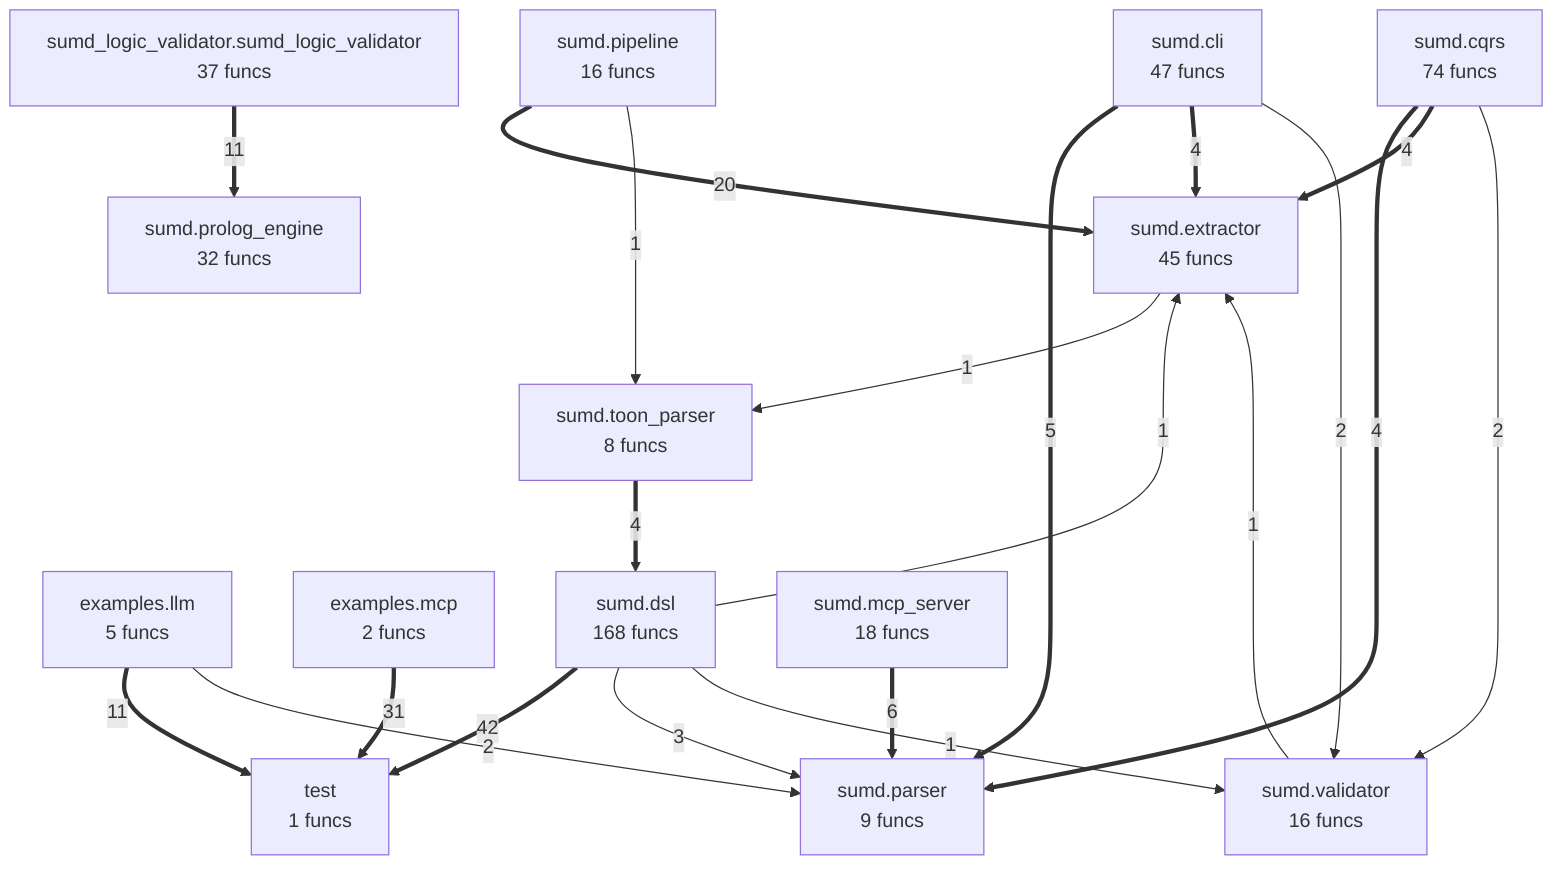
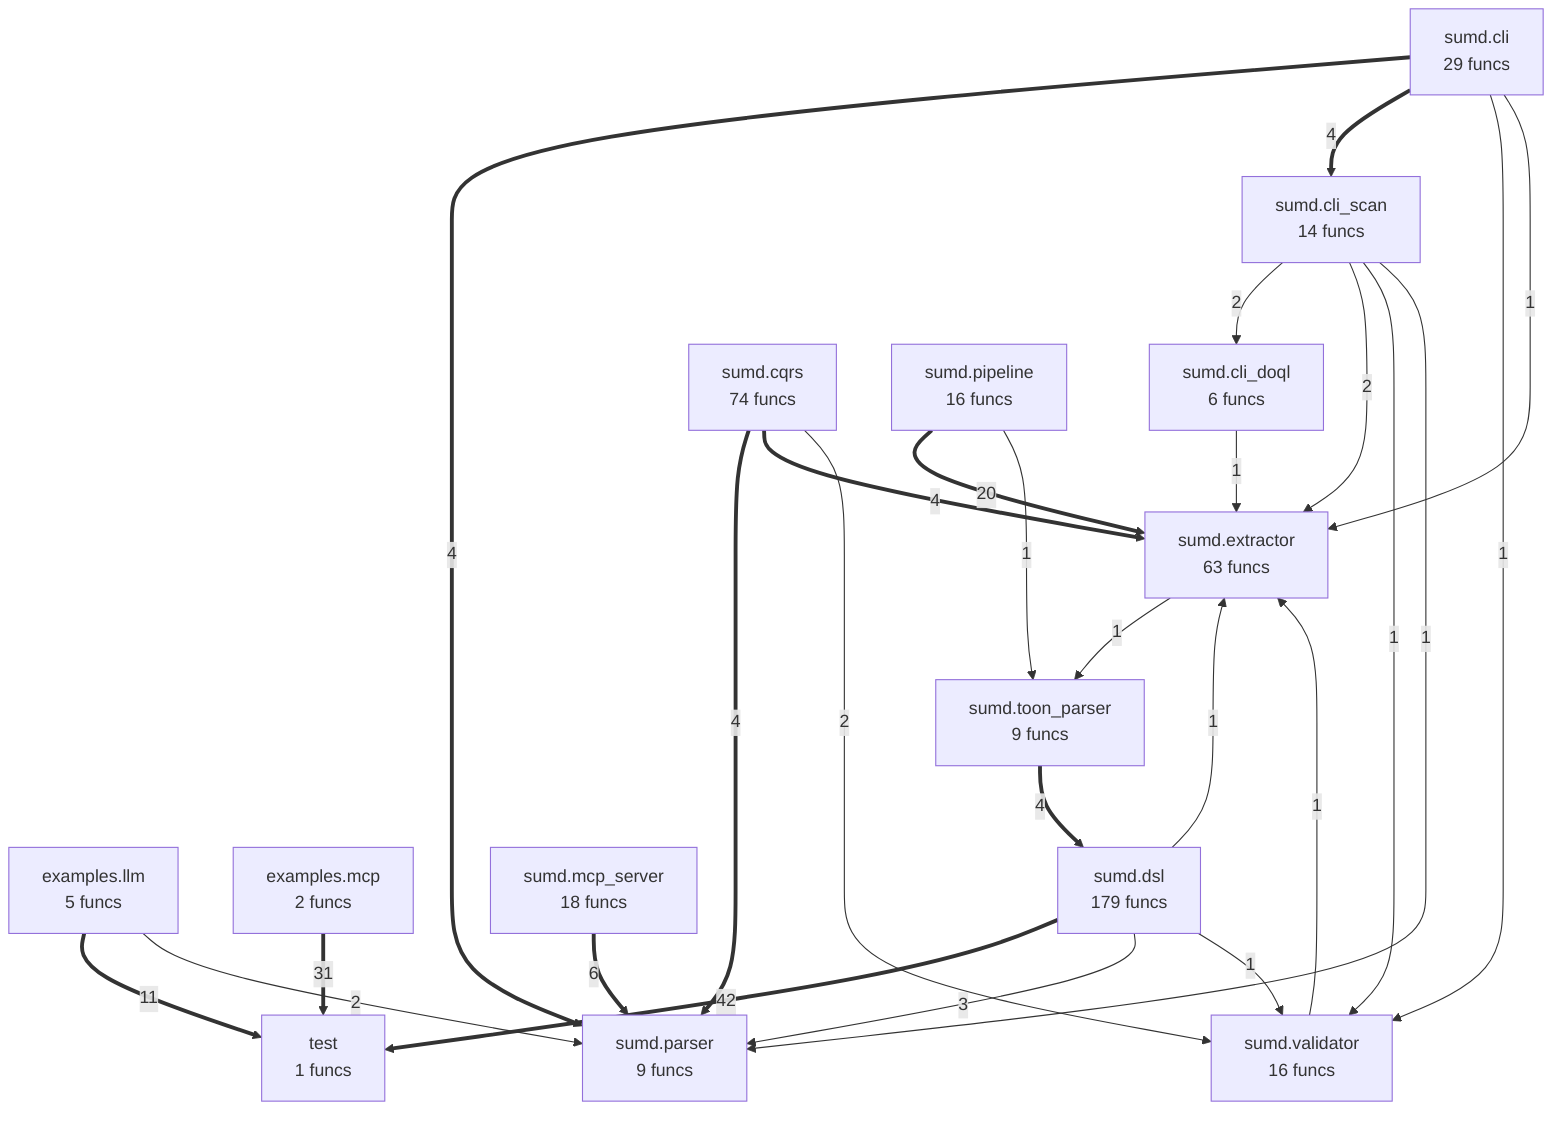
flowchart TD
- %% generated in 0.02s
+ %% generated in 0.01s
    examples__llm["examples.llm<br/>5 funcs"]
    examples__mcp["examples.mcp<br/>2 funcs"]
-     sumd__cli["sumd.cli<br/>47 funcs"]
+     sumd__cli["sumd.cli<br/>29 funcs"]
+     sumd__cli_doql["sumd.cli_doql<br/>6 funcs"]
+     sumd__cli_scan["sumd.cli_scan<br/>14 funcs"]
    sumd__cqrs["sumd.cqrs<br/>74 funcs"]
-     sumd__dsl["sumd.dsl<br/>168 funcs"]
-     sumd__extractor["sumd.extractor<br/>45 funcs"]
+     sumd__dsl["sumd.dsl<br/>179 funcs"]
+     sumd__extractor["sumd.extractor<br/>63 funcs"]
    sumd__mcp_server["sumd.mcp_server<br/>18 funcs"]
    sumd__parser["sumd.parser<br/>9 funcs"]
    sumd__pipeline["sumd.pipeline<br/>16 funcs"]
-     sumd__prolog_engine["sumd.prolog_engine<br/>32 funcs"]
-     sumd__toon_parser["sumd.toon_parser<br/>8 funcs"]
+     sumd__toon_parser["sumd.toon_parser<br/>9 funcs"]
    sumd__validator["sumd.validator<br/>16 funcs"]
-     sumd_logic_validator__sumd_logic_validator["sumd_logic_validator.sumd_logic_validator<br/>37 funcs"]
    test["test<br/>1 funcs"]
    sumd__dsl ==>|42| test
    examples__mcp ==>|31| test
    sumd__pipeline ==>|20| sumd__extractor
    examples__llm ==>|11| test
-     sumd_logic_validator__sumd_logic_validator ==>|11| sumd__prolog_engine
    sumd__mcp_server ==>|6| sumd__parser
-     sumd__cli ==>|5| sumd__parser
    sumd__toon_parser ==>|4| sumd__dsl
-     sumd__cli ==>|4| sumd__extractor
+     sumd__cli ==>|4| sumd__parser
+     sumd__cli ==>|4| sumd__cli_scan
    sumd__cqrs ==>|4| sumd__parser
    sumd__cqrs ==>|4| sumd__extractor
    sumd__dsl -->|3| sumd__parser
    examples__llm -->|2| sumd__parser
-     sumd__cli -->|2| sumd__validator
+     sumd__cli_scan -->|2| sumd__cli_doql
+     sumd__cli_scan -->|2| sumd__extractor
    sumd__cqrs -->|2| sumd__validator
    sumd__validator -->|1| sumd__extractor
+     sumd__cli -->|1| sumd__validator
+     sumd__cli -->|1| sumd__extractor
    sumd__extractor -->|1| sumd__toon_parser
+     sumd__cli_scan -->|1| sumd__validator
+     sumd__cli_scan -->|1| sumd__parser
+     sumd__cli_doql -->|1| sumd__extractor
    sumd__pipeline -->|1| sumd__toon_parser
    sumd__dsl -->|1| sumd__extractor
    sumd__dsl -->|1| sumd__validator
